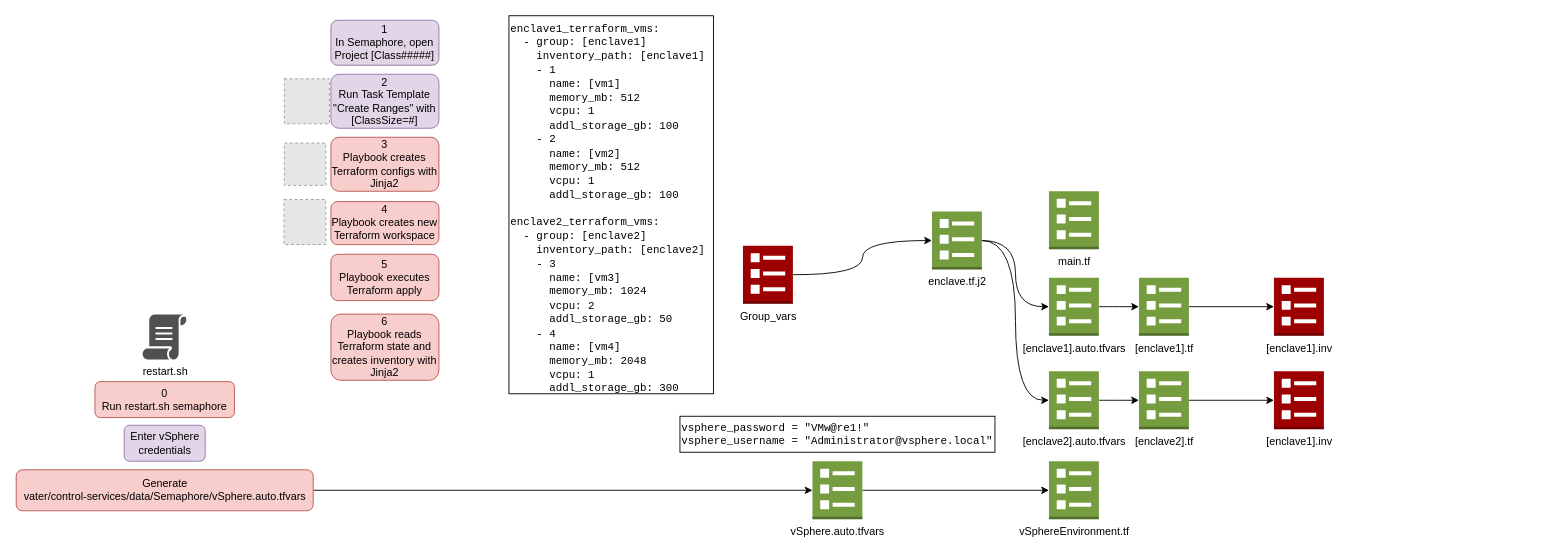
This is diagram/terraformDesign.drawio from dev4vater/vater, a draw.io file, before an edit. Source tidied: cells renumbered, new cells numbered last; positions are measured from the earlier drawing's top-left corner, leaving out a move shared by most shapes. Both pictures are drawn from the tidied source at 90%, with x=0, y=0 at pixel (15, 15). Pictures stored in the file or linked from it are replaced by grey dashed boxes.
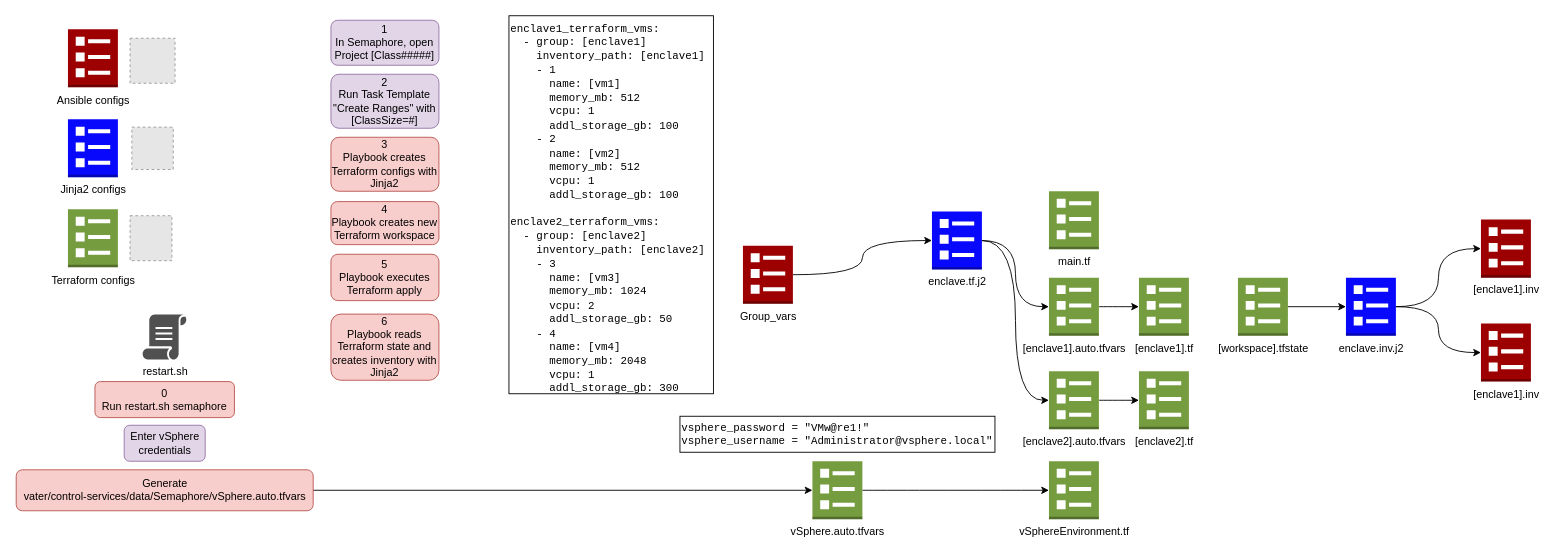
The same diagram, later.

The change refers to these unchanged cells:
```xml
<mxCell id="13" value="[enclave1].tf" style="outlineConnect=0;dashed=0;verticalLabelPosition=bottom;verticalAlign=top;align=center;html=1;shape=mxgraph.aws3.template;fillColor=#759C3E;gradientColor=none;" parent="1" vertex="1">
  <mxGeometry x="1248" y="291" width="55.5" height="64.5" as="geometry" />
</mxCell>
<mxCell id="15" value="[enclave2].tf" style="outlineConnect=0;dashed=0;verticalLabelPosition=bottom;verticalAlign=top;align=center;html=1;shape=mxgraph.aws3.template;fillColor=#759C3E;gradientColor=none;" parent="1" vertex="1">
  <mxGeometry x="1248" y="395" width="55.5" height="64.5" as="geometry" />
</mxCell>
```

Change to the diagram source:
```diff
@@
-    <mxCell id="4" value="enclave.tf.j2" style="outlineConnect=0;dashed=0;verticalLabelPosition=bottom;verticalAlign=top;align=center;html=1;shape=mxgraph.aws3.template;fillColor=#759C3E;gradientColor=none;" parent="1" vertex="1">
+    <mxCell id="4" value="enclave.tf.j2" style="outlineConnect=0;dashed=0;verticalLabelPosition=bottom;verticalAlign=top;align=center;html=1;shape=mxgraph.aws3.template;fillColor=#0808FC;strokeColor=#6c8ebf;" parent="1" vertex="1">
       <mxGeometry x="1018" y="217.5" width="55.5" height="64.5" as="geometry" />
     </mxCell>
@@
-    <mxCell id="12" style="edgeStyle=none;rounded=0;jettySize=auto;html=1;exitX=1;exitY=0.5;exitDx=0;exitDy=0;exitPerimeter=0;entryX=0;entryY=0.5;entryDx=0;entryDy=0;entryPerimeter=0;fontFamily=Helvetica;fontSize=14;" parent="1" edge="1" source="13" target="37">
-      <mxGeometry relative="1" as="geometry" />
-    </mxCell>
@@
-    <mxCell id="14" style="edgeStyle=none;rounded=0;jettySize=auto;html=1;exitX=1;exitY=0.5;exitDx=0;exitDy=0;exitPerimeter=0;entryX=0;entryY=0.5;entryDx=0;entryDy=0;entryPerimeter=0;fontFamily=Helvetica;fontSize=14;" parent="1" edge="1" source="15" target="38">
-      <mxGeometry relative="1" as="geometry" />
-    </mxCell>
@@
-    <mxCell id="19" style="group;" parent="1" vertex="1">
-      <mxGeometry x="298" y="5" width="172.2" height="400" as="geometry" />
-    </mxCell>
-    <mxCell id="20" style="fillColor=#E6E6E6;strokeColor=#999999;dashed=1;verticalLabelPosition=bottom;labelBackgroundColor=#ffffff;verticalAlign=top;" parent="19" vertex="1">
-      <mxGeometry y="199.2" width="46.5" height="50" as="geometry" />
-    </mxCell>
-    <mxCell id="21" style="fillColor=#E6E6E6;strokeColor=#999999;dashed=1;verticalLabelPosition=bottom;labelBackgroundColor=#ffffff;verticalAlign=top;" parent="19" vertex="1">
-      <mxGeometry x="0.5" y="65" width="50" height="50" as="geometry" />
-    </mxCell>
-    <mxCell id="22" value="1&lt;br&gt;In Semaphore, open Project [Class#####]" style="rounded=1;whiteSpace=wrap;html=1;align=center;fillColor=#e1d5e7;strokeColor=#9673a6;" parent="19" vertex="1">
-      <mxGeometry x="52.2" width="120" height="50" as="geometry" />
-    </mxCell>
-    <mxCell id="23" value="2&lt;br&gt;Run Task Template&lt;br&gt;&quot;Create Ranges&quot; with [ClassSize=#]" style="rounded=1;whiteSpace=wrap;html=1;align=center;fillColor=#e1d5e7;strokeColor=#9673a6;" parent="19" vertex="1">
-      <mxGeometry x="52.2" y="60" width="120" height="60" as="geometry" />
-    </mxCell>
-    <mxCell id="24" style="fillColor=#E6E6E6;strokeColor=#999999;dashed=1;verticalLabelPosition=bottom;labelBackgroundColor=#ffffff;verticalAlign=top;" parent="19" vertex="1">
-      <mxGeometry x="0.5" y="136.5" width="46" height="47" as="geometry" />
-    </mxCell>
-    <mxCell id="25" value="3&lt;br&gt;Playbook creates Terraform configs with Jinja2" style="rounded=1;whiteSpace=wrap;html=1;align=center;fillColor=#f8cecc;strokeColor=#b85450;" parent="19" vertex="1">
-      <mxGeometry x="52.2" y="130" width="120" height="60" as="geometry" />
-    </mxCell>
-    <mxCell id="26" value="4&lt;br&gt;Playbook creates new Terraform workspace" style="rounded=1;whiteSpace=wrap;html=1;align=center;fillColor=#f8cecc;strokeColor=#b85450;" parent="19" vertex="1">
-      <mxGeometry x="52.2" y="201.5" width="120" height="47.8" as="geometry" />
-    </mxCell>
-    <mxCell id="27" value="6&lt;br&gt;Playbook reads Terraform state and creates inventory with Jinja2&lt;br&gt;" style="rounded=1;whiteSpace=wrap;html=1;align=center;fillColor=#f8cecc;strokeColor=#b85450;" parent="19" vertex="1">
-      <mxGeometry x="52.2" y="326.5" width="120" height="73.5" as="geometry" />
-    </mxCell>
-    <mxCell id="28" value="5&lt;br&gt;Playbook executes Terraform apply" style="rounded=1;whiteSpace=wrap;html=1;align=center;fillColor=#f8cecc;strokeColor=#b85450;" parent="19" vertex="1">
-      <mxGeometry x="52.2" y="260" width="120" height="51.5" as="geometry" />
-    </mxCell>
@@
     <mxCell id="37" value="[enclave1].inv" style="outlineConnect=0;dashed=0;verticalLabelPosition=bottom;verticalAlign=top;align=center;html=1;shape=mxgraph.aws3.template;fillColor=#9C0000;gradientColor=none;" parent="1" vertex="1">
-      <mxGeometry x="1398" y="291" width="55.5" height="64.5" as="geometry" />
+      <mxGeometry x="1628" y="342" width="55.5" height="64.5" as="geometry" />
     </mxCell>
     <mxCell id="38" value="[enclave1].inv" style="outlineConnect=0;dashed=0;verticalLabelPosition=bottom;verticalAlign=top;align=center;html=1;shape=mxgraph.aws3.template;fillColor=#9C0000;gradientColor=none;" parent="1" vertex="1">
-      <mxGeometry x="1398" y="395" width="55.5" height="64.5" as="geometry" />
+      <mxGeometry x="1628" y="226.5" width="55.5" height="64.5" as="geometry" />
     </mxCell>
+    <mxCell id="39" style="edgeStyle=orthogonalEdgeStyle;rounded=0;jettySize=auto;html=1;exitX=1;exitY=0.5;exitDx=0;exitDy=0;exitPerimeter=0;entryX=0;entryY=0.5;entryDx=0;entryDy=0;entryPerimeter=0;fontFamily=Helvetica;fontSize=14;curved=1;" parent="1" edge="1" source="41" target="37">
+      <mxGeometry relative="1" as="geometry" />
+    </mxCell>
+    <mxCell id="40" style="edgeStyle=orthogonalEdgeStyle;rounded=0;jettySize=auto;html=1;exitX=1;exitY=0.5;exitDx=0;exitDy=0;exitPerimeter=0;entryX=0;entryY=0.5;entryDx=0;entryDy=0;entryPerimeter=0;fontFamily=Helvetica;fontSize=14;curved=1;" parent="1" edge="1" source="41" target="38">
+      <mxGeometry relative="1" as="geometry" />
+    </mxCell>
+    <mxCell id="41" value="enclave.inv.j2" style="outlineConnect=0;dashed=0;verticalLabelPosition=bottom;verticalAlign=top;align=center;html=1;shape=mxgraph.aws3.template;fillColor=#0808FC;strokeColor=#6c8ebf;" parent="1" vertex="1">
+      <mxGeometry x="1478" y="291" width="55.5" height="64.5" as="geometry" />
+    </mxCell>
+    <mxCell id="42" style="edgeStyle=none;rounded=0;jettySize=auto;html=1;exitX=1;exitY=0.5;exitDx=0;exitDy=0;exitPerimeter=0;entryX=0;entryY=0.5;entryDx=0;entryDy=0;entryPerimeter=0;fontFamily=Helvetica;fontSize=14;" parent="1" edge="1" source="43" target="41">
+      <mxGeometry relative="1" as="geometry" />
+    </mxCell>
+    <mxCell id="43" value="[workspace].tfstate" style="outlineConnect=0;dashed=0;verticalLabelPosition=bottom;verticalAlign=top;align=center;html=1;shape=mxgraph.aws3.template;fillColor=#759C3E;gradientColor=none;" parent="1" vertex="1">
+      <mxGeometry x="1358" y="291" width="55.5" height="64.5" as="geometry" />
+    </mxCell>
+    <mxCell id="44" value="Ansible configs" style="dashed=0;verticalLabelPosition=bottom;verticalAlign=top;align=center;html=1;shape=mxgraph.aws3.template;fillColor=#9C0000;gradientColor=none;" parent="1" vertex="1">
+      <mxGeometry x="58" y="15" width="55.5" height="64.5" as="geometry" />
+    </mxCell>
+    <mxCell id="45" value="Jinja2 configs" style="dashed=0;verticalLabelPosition=bottom;verticalAlign=top;align=center;html=1;shape=mxgraph.aws3.template;fillColor=#0808FC;strokeColor=#6c8ebf;" parent="1" vertex="1">
+      <mxGeometry x="58" y="115" width="55.5" height="64.5" as="geometry" />
+    </mxCell>
+    <mxCell id="46" value="Terraform configs" style="dashed=0;verticalLabelPosition=bottom;verticalAlign=top;align=center;html=1;shape=mxgraph.aws3.template;fillColor=#759C3E;gradientColor=none;" parent="1" vertex="1">
+      <mxGeometry x="58" y="215" width="55.5" height="64.5" as="geometry" />
+    </mxCell>
+    <mxCell id="20" style="fillColor=#E6E6E6;strokeColor=#999999;dashed=1;verticalLabelPosition=bottom;labelBackgroundColor=#ffffff;verticalAlign=top;" parent="1" vertex="1">
+      <mxGeometry x="127" y="222.2" width="46.5" height="50" as="geometry" />
+    </mxCell>
+    <mxCell id="21" style="fillColor=#E6E6E6;strokeColor=#999999;dashed=1;verticalLabelPosition=bottom;labelBackgroundColor=#ffffff;verticalAlign=top;" parent="1" vertex="1">
+      <mxGeometry x="127" y="25" width="50" height="50" as="geometry" />
+    </mxCell>
+    <mxCell id="22" value="1&lt;br&gt;In Semaphore, open Project [Class#####]" style="rounded=1;whiteSpace=wrap;html=1;align=center;fillColor=#e1d5e7;strokeColor=#9673a6;" parent="1" vertex="1">
+      <mxGeometry x="350.2" y="5" width="120" height="50" as="geometry" />
+    </mxCell>
+    <mxCell id="23" value="2&lt;br&gt;Run Task Template&lt;br&gt;&quot;Create Ranges&quot; with [ClassSize=#]" style="rounded=1;whiteSpace=wrap;html=1;align=center;fillColor=#e1d5e7;strokeColor=#9673a6;" parent="1" vertex="1">
+      <mxGeometry x="350.2" y="65" width="120" height="60" as="geometry" />
+    </mxCell>
+    <mxCell id="24" style="fillColor=#E6E6E6;strokeColor=#999999;dashed=1;verticalLabelPosition=bottom;labelBackgroundColor=#ffffff;verticalAlign=top;" parent="1" vertex="1">
+      <mxGeometry x="129" y="123.8" width="46" height="47" as="geometry" />
+    </mxCell>
+    <mxCell id="25" value="3&lt;br&gt;Playbook creates Terraform configs with Jinja2" style="rounded=1;whiteSpace=wrap;html=1;align=center;fillColor=#f8cecc;strokeColor=#b85450;" parent="1" vertex="1">
+      <mxGeometry x="350.2" y="135" width="120" height="60" as="geometry" />
+    </mxCell>
+    <mxCell id="26" value="4&lt;br&gt;Playbook creates new Terraform workspace" style="rounded=1;whiteSpace=wrap;html=1;align=center;fillColor=#f8cecc;strokeColor=#b85450;" parent="1" vertex="1">
+      <mxGeometry x="350.2" y="206.5" width="120" height="47.8" as="geometry" />
+    </mxCell>
+    <mxCell id="27" value="6&lt;br&gt;Playbook reads Terraform state and creates inventory with Jinja2&lt;br&gt;" style="rounded=1;whiteSpace=wrap;html=1;align=center;fillColor=#f8cecc;strokeColor=#b85450;" parent="1" vertex="1">
+      <mxGeometry x="350.2" y="331.5" width="120" height="73.5" as="geometry" />
+    </mxCell>
+    <mxCell id="28" value="5&lt;br&gt;Playbook executes Terraform apply" style="rounded=1;whiteSpace=wrap;html=1;align=center;fillColor=#f8cecc;strokeColor=#b85450;" parent="1" vertex="1">
+      <mxGeometry x="350.2" y="265" width="120" height="51.5" as="geometry" />
+    </mxCell>
```
